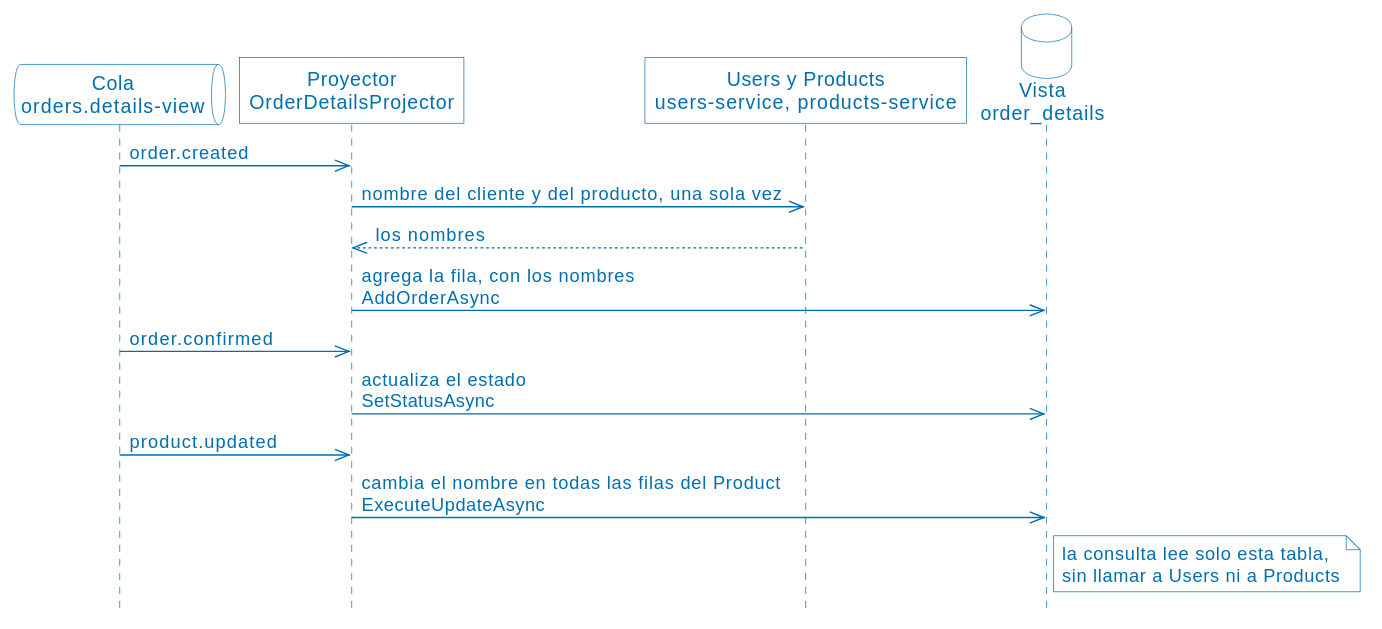
Above: assets/16-materialized-view.svg in ucudal/ANDIS2_UT4_DEMO1 (PlantUML), before the change.
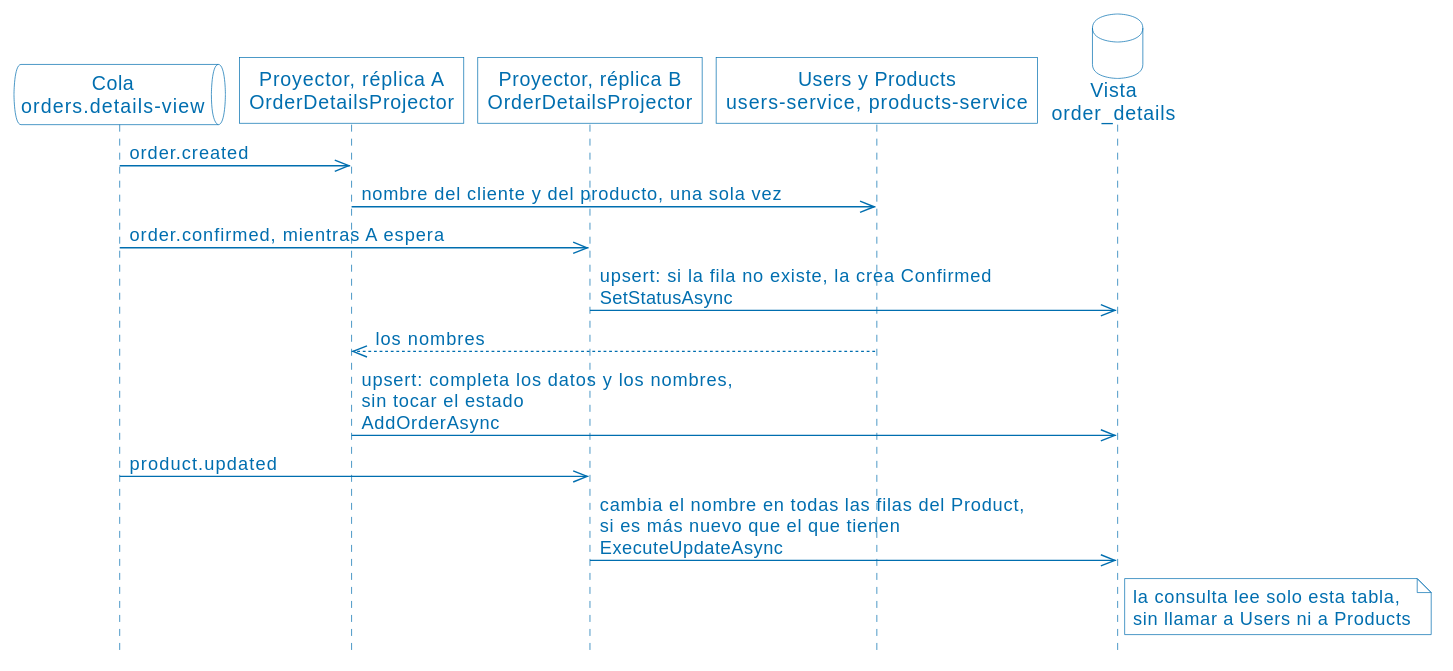
After the change.

Change to the diagram source:
```diff
@@ -2,17 +2,18 @@
 !include PlantUML.style
 hide footbox
 queue "Cola\norders.details-view" as Q
-participant "Proyector\nOrderDetailsProjector" as PR
+participant "Proyector, réplica A\nOrderDetailsProjector" as PA
+participant "Proyector, réplica B\nOrderDetailsProjector" as PB
 participant "Users y Products\nusers-service, products-service" as U
 database "Vista\norder_details" as V
 
-Q ->> PR : order.created
-PR ->> U : nombre del cliente y del producto, una sola vez
-U -->> PR : los nombres
-PR ->> V : agrega la fila, con los nombres\nAddOrderAsync
-Q ->> PR : order.confirmed
-PR ->> V : actualiza el estado\nSetStatusAsync
-Q ->> PR : product.updated
-PR ->> V : cambia el nombre en todas las filas del Product\nExecuteUpdateAsync
+Q ->> PA : order.created
+PA ->> U : nombre del cliente y del producto, una sola vez
+Q ->> PB : order.confirmed, mientras A espera
+PB ->> V : upsert: si la fila no existe, la crea Confirmed\nSetStatusAsync
+U -->> PA : los nombres
+PA ->> V : upsert: completa los datos y los nombres,\nsin tocar el estado\nAddOrderAsync
+Q ->> PB : product.updated
+PB ->> V : cambia el nombre en todas las filas del Product,\nsi es más nuevo que el que tienen\nExecuteUpdateAsync
 note right V : la consulta lee solo esta tabla,\nsin llamar a Users ni a Products
 @enduml
```
